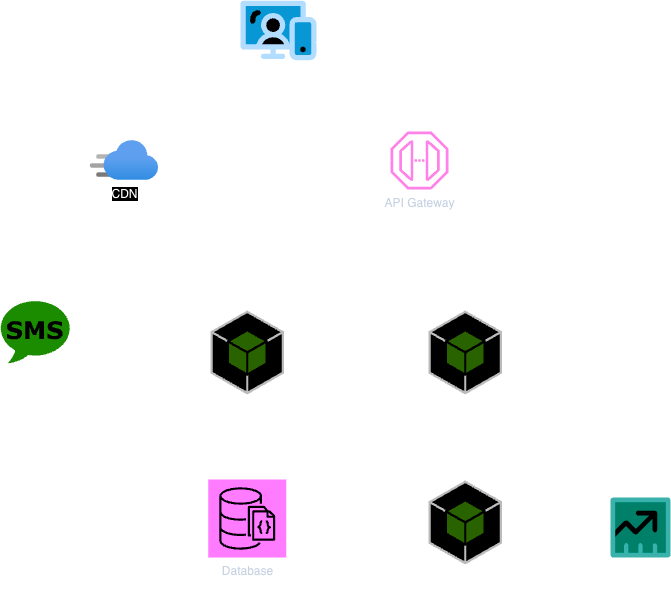
This is docs/high-level-architech.png from miliracle/authentication-service, a draw.io export, as it was before one commit. Source tidied: cells renumbered, new cells last; positions are measured from the earlier drawing's top-left corner, leaving out a move shared by most shapes. Source of this version:
```xml
<mxGraphModel>
  <root>
    <mxCell id="0" />
    <mxCell id="1" parent="0" />
    <mxCell id="2" style="verticalLabelPosition=bottom;html=1;shape=mxgraph.salesforce.web;" parent="1" vertex="1">
      <mxGeometry x="240" width="76" height="60" as="geometry" />
    </mxCell>
    <mxCell id="3" value="CDN" style="image;html=1;points=[];align=center;fontSize=12;image=img/lib/azure2/app_services/CDN_Profiles.svg;" parent="1" vertex="1">
      <mxGeometry x="90" y="140" width="68" height="40" as="geometry" />
    </mxCell>
    <mxCell id="4" style="edgeStyle=orthogonalEdgeStyle;rounded=0;jettySize=auto;html=1;" parent="1" edge="1" source="6" target="11">
      <mxGeometry relative="1" as="geometry">
        <Array as="points">
          <mxPoint x="247" y="170" />
        </Array>
      </mxGeometry>
    </mxCell>
    <mxCell id="5" style="edgeStyle=orthogonalEdgeStyle;rounded=0;jettySize=auto;html=1;" parent="1" edge="1" source="6" target="14">
      <mxGeometry relative="1" as="geometry">
        <Array as="points">
          <mxPoint x="465" y="160" />
        </Array>
      </mxGeometry>
    </mxCell>
    <mxCell id="6" value="API Gateway&lt;div&gt;&lt;br&gt;&lt;/div&gt;" style="sketch=0;outlineConnect=0;fontColor=#232F3E;gradientColor=none;fillColor=#E7157B;strokeColor=none;dashed=0;verticalLabelPosition=bottom;verticalAlign=top;align=center;html=1;fontSize=12;fontStyle=0;shape=mxgraph.aws4.endpoint;" parent="1" vertex="1">
      <mxGeometry x="390" y="131" width="58" height="58" as="geometry" />
    </mxCell>
    <mxCell id="7" style="rounded=1;whiteSpace=wrap;html=1;dashed=1;fillColor=none;arcSize=4;" parent="1" vertex="1">
      <mxGeometry x="160" y="280" width="380" height="330" as="geometry" />
    </mxCell>
    <mxCell id="8" value="Salesforce" style="verticalLabelPosition=bottom;html=1;shape=mxgraph.salesforce.sales;" parent="1" vertex="1">
      <mxGeometry x="610" y="497" width="60" height="60" as="geometry" />
    </mxCell>
    <mxCell id="9" value="Database" style="sketch=0;points=[[0,0,0],[0.25,0,0],[0.5,0,0],[0.75,0,0],[1,0,0],[0,1,0],[0.25,1,0],[0.5,1,0],[0.75,1,0],[1,1,0],[0,0.25,0],[0,0.5,0],[0,0.75,0],[1,0.25,0],[1,0.5,0],[1,0.75,0]];outlineConnect=0;fontColor=#232F3E;fillColor=#C925D1;strokeColor=#ffffff;dashed=0;verticalLabelPosition=bottom;verticalAlign=top;align=center;html=1;fontSize=12;fontStyle=0;shape=mxgraph.aws4.resourceIcon;resIcon=mxgraph.aws4.documentdb_with_mongodb_compatibility;" parent="1" vertex="1">
      <mxGeometry x="207.8" y="479" width="78" height="78" as="geometry" />
    </mxCell>
    <mxCell id="10" style="edgeStyle=orthogonalEdgeStyle;rounded=0;jettySize=auto;html=1;exitX=0;exitY=0.25;exitDx=0;exitDy=0;exitPerimeter=0;" parent="1" edge="1" source="11" target="19">
      <mxGeometry relative="1" as="geometry" />
    </mxCell>
    <mxCell id="11" value="Auth Service" style="outlineConnect=0;dashed=0;verticalLabelPosition=bottom;verticalAlign=top;align=center;html=1;shape=mxgraph.aws3.android;fillColor=#8CC64F;gradientColor=none;" parent="1" vertex="1">
      <mxGeometry x="210" y="310" width="73.5" height="84" as="geometry" />
    </mxCell>
    <mxCell id="12" value="Sync service" style="outlineConnect=0;dashed=0;verticalLabelPosition=bottom;verticalAlign=top;align=center;html=1;shape=mxgraph.aws3.android;fillColor=#8CC64F;gradientColor=none;" parent="1" vertex="1">
      <mxGeometry x="428" y="480" width="73.5" height="84" as="geometry" />
    </mxCell>
    <mxCell id="13" style="edgeStyle=orthogonalEdgeStyle;rounded=0;jettySize=auto;html=1;exitX=1;exitY=0.5;exitDx=0;exitDy=0;exitPerimeter=0;entryX=-0.033;entryY=0.417;entryDx=0;entryDy=0;entryPerimeter=0;" parent="1" edge="1" source="12" target="8">
      <mxGeometry relative="1" as="geometry" />
    </mxCell>
    <mxCell id="14" value="Frontend Service" style="outlineConnect=0;dashed=0;verticalLabelPosition=bottom;verticalAlign=top;align=center;html=1;shape=mxgraph.aws3.android;fillColor=#8CC64F;gradientColor=none;" parent="1" vertex="1">
      <mxGeometry x="428" y="310" width="73.5" height="84" as="geometry" />
    </mxCell>
    <mxCell id="15" style="edgeStyle=orthogonalEdgeStyle;rounded=0;jettySize=auto;html=1;entryX=0;entryY=0.668;entryDx=0;entryDy=0;entryPerimeter=0;" parent="1" edge="1" source="3" target="2">
      <mxGeometry relative="1" as="geometry" />
    </mxCell>
    <mxCell id="16" style="edgeStyle=orthogonalEdgeStyle;rounded=0;jettySize=auto;html=1;entryX=0.987;entryY=0.701;entryDx=0;entryDy=0;entryPerimeter=0;" parent="1" edge="1" source="6" target="2">
      <mxGeometry relative="1" as="geometry" />
    </mxCell>
    <mxCell id="17" style="endArrow=classic;startArrow=classic;html=1;rounded=0;exitX=0;exitY=0.5;exitDx=0;exitDy=0;exitPerimeter=0;entryX=0;entryY=0.5;entryDx=0;entryDy=0;entryPerimeter=0;" parent="1" edge="1" source="9" target="11">
      <mxGeometry relative="1" as="geometry">
        <Array as="points">
          <mxPoint x="190" y="518" />
          <mxPoint x="190" y="352" />
        </Array>
      </mxGeometry>
    </mxCell>
    <mxCell id="18" style="edgeStyle=orthogonalEdgeStyle;rounded=0;jettySize=auto;html=1;exitX=1;exitY=0.5;exitDx=0;exitDy=0;exitPerimeter=0;entryX=0;entryY=0.5;entryDx=0;entryDy=0;entryPerimeter=0;" parent="1" edge="1" source="11" target="12">
      <mxGeometry relative="1" as="geometry" />
    </mxCell>
    <mxCell id="19" value="SMS Service" style="dashed=0;outlineConnect=0;html=1;align=center;labelPosition=center;verticalLabelPosition=bottom;verticalAlign=top;shape=mxgraph.weblogos.sms;fillColor=#48B921;strokeColor=none;" parent="1" vertex="1">
      <mxGeometry y="299" width="69.2" height="64" as="geometry" />
    </mxCell>
    <mxCell id="20" style="edgeStyle=orthogonalEdgeStyle;rounded=0;jettySize=auto;html=1;entryX=0;entryY=0.517;entryDx=0;entryDy=0;entryPerimeter=0;" parent="1" edge="1" source="19" target="2">
      <mxGeometry relative="1" as="geometry">
        <Array as="points">
          <mxPoint x="35" y="31" />
        </Array>
      </mxGeometry>
    </mxCell>
  </root>
</mxGraphModel>
```
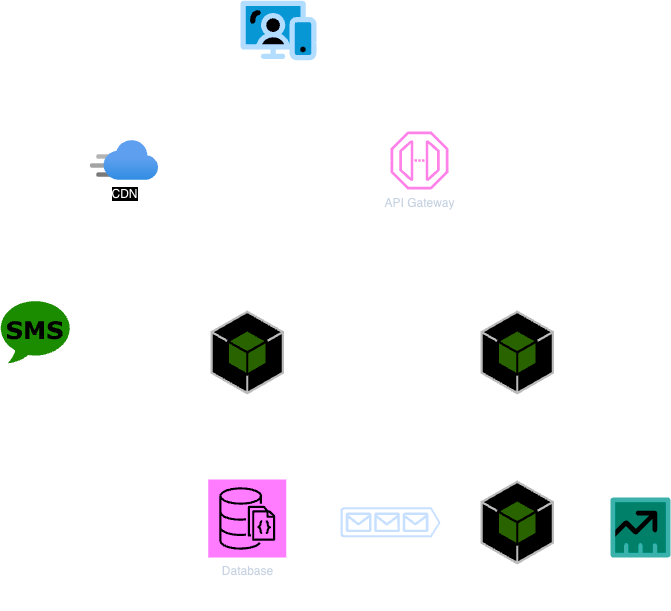
The same diagram one commit later.

Commit message:
chore: update backend desing

What changed in the source:
```diff
@@ -15,10 +15,10 @@
         </Array>
       </mxGeometry>
     </mxCell>
-    <mxCell id="5" style="edgeStyle=orthogonalEdgeStyle;rounded=0;jettySize=auto;html=1;" parent="1" edge="1" source="6" target="14">
+    <mxCell id="5" style="edgeStyle=orthogonalEdgeStyle;rounded=0;jettySize=auto;html=1;entryX=0.5;entryY=0;entryDx=0;entryDy=0;entryPerimeter=0;" parent="1" edge="1" source="6" target="14">
       <mxGeometry relative="1" as="geometry">
         <Array as="points">
-          <mxPoint x="465" y="160" />
+          <mxPoint x="517" y="160" />
         </Array>
       </mxGeometry>
     </mxCell>
@@ -26,7 +26,7 @@
       <mxGeometry x="390" y="131" width="58" height="58" as="geometry" />
     </mxCell>
     <mxCell id="7" style="rounded=1;whiteSpace=wrap;html=1;dashed=1;fillColor=none;arcSize=4;" parent="1" vertex="1">
-      <mxGeometry x="160" y="280" width="380" height="330" as="geometry" />
+      <mxGeometry x="160" y="280" width="420" height="330" as="geometry" />
     </mxCell>
     <mxCell id="8" value="Salesforce" style="verticalLabelPosition=bottom;html=1;shape=mxgraph.salesforce.sales;" parent="1" vertex="1">
       <mxGeometry x="610" y="497" width="60" height="60" as="geometry" />
@@ -41,13 +41,13 @@
       <mxGeometry x="210" y="310" width="73.5" height="84" as="geometry" />
     </mxCell>
     <mxCell id="12" value="Sync service" style="outlineConnect=0;dashed=0;verticalLabelPosition=bottom;verticalAlign=top;align=center;html=1;shape=mxgraph.aws3.android;fillColor=#8CC64F;gradientColor=none;" parent="1" vertex="1">
-      <mxGeometry x="428" y="480" width="73.5" height="84" as="geometry" />
+      <mxGeometry x="480" y="480" width="73.5" height="84" as="geometry" />
     </mxCell>
     <mxCell id="13" style="edgeStyle=orthogonalEdgeStyle;rounded=0;jettySize=auto;html=1;exitX=1;exitY=0.5;exitDx=0;exitDy=0;exitPerimeter=0;entryX=-0.033;entryY=0.417;entryDx=0;entryDy=0;entryPerimeter=0;" parent="1" edge="1" source="12" target="8">
       <mxGeometry relative="1" as="geometry" />
     </mxCell>
     <mxCell id="14" value="Frontend Service" style="outlineConnect=0;dashed=0;verticalLabelPosition=bottom;verticalAlign=top;align=center;html=1;shape=mxgraph.aws3.android;fillColor=#8CC64F;gradientColor=none;" parent="1" vertex="1">
-      <mxGeometry x="428" y="310" width="73.5" height="84" as="geometry" />
+      <mxGeometry x="480" y="310" width="73.5" height="84" as="geometry" />
     </mxCell>
     <mxCell id="15" style="edgeStyle=orthogonalEdgeStyle;rounded=0;jettySize=auto;html=1;entryX=0;entryY=0.668;entryDx=0;entryDy=0;entryPerimeter=0;" parent="1" edge="1" source="3" target="2">
       <mxGeometry relative="1" as="geometry" />
@@ -63,9 +63,6 @@
         </Array>
       </mxGeometry>
     </mxCell>
-    <mxCell id="18" style="edgeStyle=orthogonalEdgeStyle;rounded=0;jettySize=auto;html=1;exitX=1;exitY=0.5;exitDx=0;exitDy=0;exitPerimeter=0;entryX=0;entryY=0.5;entryDx=0;entryDy=0;entryPerimeter=0;" parent="1" edge="1" source="11" target="12">
-      <mxGeometry relative="1" as="geometry" />
-    </mxCell>
     <mxCell id="19" value="SMS Service" style="dashed=0;outlineConnect=0;html=1;align=center;labelPosition=center;verticalLabelPosition=bottom;verticalAlign=top;shape=mxgraph.weblogos.sms;fillColor=#48B921;strokeColor=none;" parent="1" vertex="1">
       <mxGeometry y="299" width="69.2" height="64" as="geometry" />
     </mxCell>
@@ -76,5 +73,14 @@
         </Array>
       </mxGeometry>
     </mxCell>
+    <mxCell id="21" style="edgeStyle=orthogonalEdgeStyle;rounded=0;jettySize=auto;html=1;" parent="1" edge="1" source="22" target="12">
+      <mxGeometry relative="1" as="geometry" />
+    </mxCell>
+    <mxCell id="22" value="Message queue" style="sketch=0;shadow=0;dashed=0;html=1;strokeColor=none;labelPosition=center;verticalLabelPosition=bottom;verticalAlign=top;align=center;fillColor=#00188D;shape=mxgraph.azure.queue_generic;" parent="1" vertex="1">
+      <mxGeometry x="340" y="506.8" width="100" height="30" as="geometry" />
+    </mxCell>
+    <mxCell id="23" style="edgeStyle=orthogonalEdgeStyle;rounded=0;jettySize=auto;html=1;exitX=1;exitY=0.5;exitDx=0;exitDy=0;exitPerimeter=0;entryX=0;entryY=0.5;entryDx=0;entryDy=0;entryPerimeter=0;" parent="1" edge="1" source="11" target="22">
+      <mxGeometry relative="1" as="geometry" />
+    </mxCell>
   </root>
 </mxGraphModel>
```
